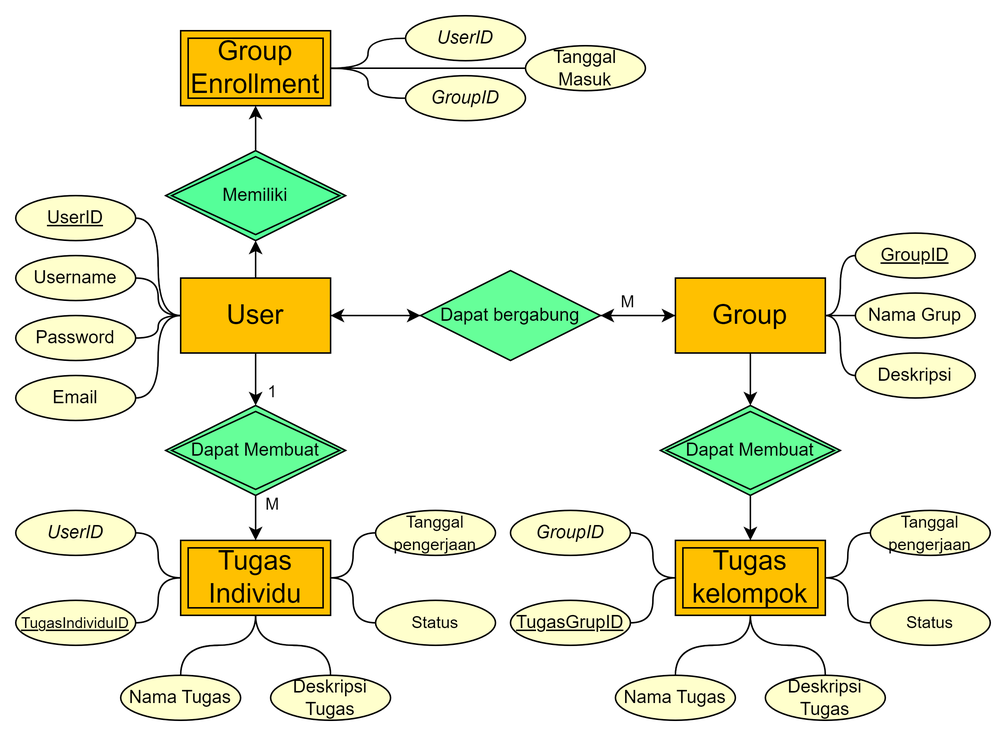
Earlier version of the draw.io export assets/ER_Diagram.png (rayhan-akbar/TaskMaster). Source tidied: cells renumbered, new cells last; positions are measured from the earlier drawing's top-left corner, leaving out a move shared by most shapes.
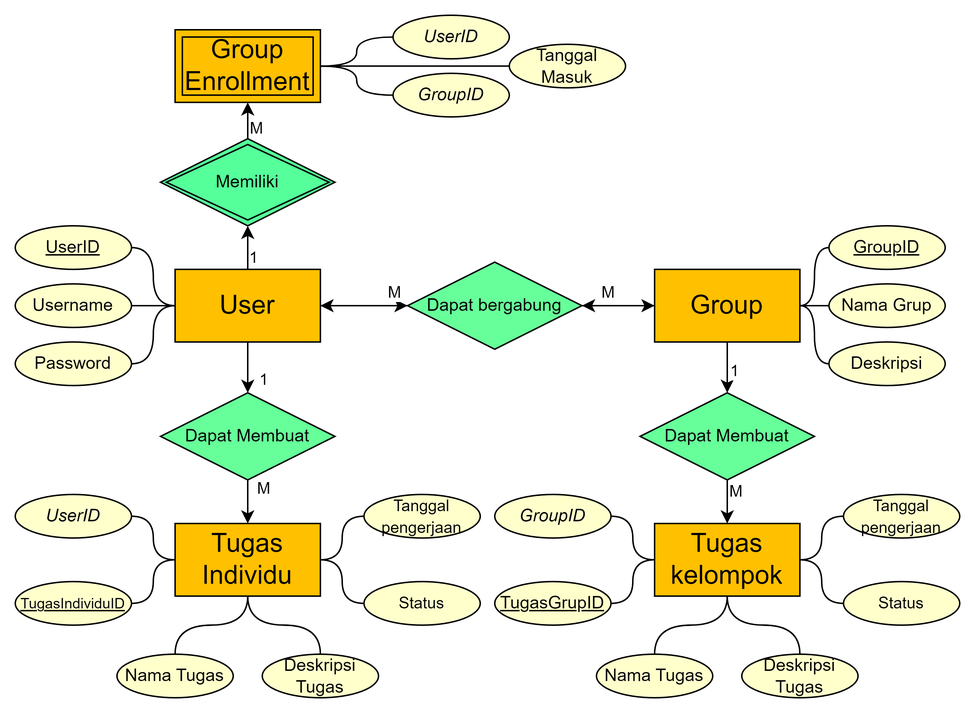
Above is the later version.

What changed in the source:
```diff
@@ -13,6 +13,11 @@
     <mxCell id="4" style="edgeStyle=orthogonalEdgeStyle;rounded=0;jettySize=auto;html=1;entryX=0.5;entryY=1;entryDx=0;entryDy=0;" parent="1" edge="1" source="6" target="18">
       <mxGeometry relative="1" as="geometry" />
     </mxCell>
+    <mxCell id="68" value="1" style="edgeLabel;html=1;align=center;verticalAlign=middle;" parent="4" vertex="1">
+      <mxGeometry x="-0.77" y="1" relative="1" as="geometry">
+        <mxPoint x="4" y="-3" as="offset" />
+      </mxGeometry>
+    </mxCell>
     <mxCell id="5" style="edgeStyle=orthogonalEdgeStyle;rounded=0;jettySize=auto;html=1;entryX=0;entryY=0.5;entryDx=0;entryDy=0;" parent="1" edge="1" source="6" target="16">
       <mxGeometry relative="1" as="geometry" />
     </mxCell>
@@ -22,19 +27,24 @@
     <mxCell id="7" style="edgeStyle=orthogonalEdgeStyle;rounded=0;jettySize=auto;html=1;entryX=0.5;entryY=0;entryDx=0;entryDy=0;" parent="1" edge="1" source="9" target="23">
       <mxGeometry relative="1" as="geometry" />
     </mxCell>
+    <mxCell id="69" value="1" style="edgeLabel;html=1;align=center;verticalAlign=middle;" parent="7" vertex="1">
+      <mxGeometry x="0.47" relative="1" as="geometry">
+        <mxPoint x="4" y="-4" as="offset" />
+      </mxGeometry>
+    </mxCell>
     <mxCell id="8" style="edgeStyle=orthogonalEdgeStyle;rounded=0;jettySize=auto;html=1;entryX=1;entryY=0.5;entryDx=0;entryDy=0;" parent="1" edge="1" source="9" target="16">
       <mxGeometry relative="1" as="geometry" />
     </mxCell>
     <mxCell id="9" value="&lt;font style=&quot;font-size: 18px;&quot;&gt;Group&lt;/font&gt;" style="rounded=0;whiteSpace=wrap;html=1;fillColor=#FFc000;" parent="1" vertex="1">
       <mxGeometry x="440" y="175" width="100" height="50" as="geometry" />
     </mxCell>
-    <mxCell id="10" value="&lt;span style=&quot;font-size: 18px;&quot;&gt;Group Enrollment&lt;/span&gt;" style="shape=ext;margin=3;double=1;whiteSpace=wrap;html=1;align=center;fillColor=#FFc000;" parent="1" vertex="1">
+    <mxCell id="10" value="&lt;span style=&quot;font-size: 18px;&quot;&gt;Group Enrollment&lt;/span&gt;" style="shape=ext;margin=3;double=1;whiteSpace=wrap;html=1;align=center;fillColor=#FFC000;" parent="1" vertex="1">
       <mxGeometry x="110" y="10" width="100" height="50" as="geometry" />
     </mxCell>
-    <mxCell id="11" value="&lt;span style=&quot;font-size: 18px;&quot;&gt;Tugas Individu&lt;/span&gt;" style="shape=ext;margin=3;double=1;whiteSpace=wrap;html=1;align=center;fillColor=#FFc000;" parent="1" vertex="1">
+    <mxCell id="11" value="&lt;span style=&quot;font-size: 18px;&quot;&gt;Tugas Individu&lt;/span&gt;" style="shape=ext;margin=3;whiteSpace=wrap;html=1;align=center;fillColor=#FFc000;" parent="1" vertex="1">
       <mxGeometry x="110" y="350" width="100" height="50" as="geometry" />
     </mxCell>
-    <mxCell id="12" value="&lt;span style=&quot;font-size: 18px;&quot;&gt;Tugas kelompok&lt;/span&gt;" style="shape=ext;margin=3;double=1;whiteSpace=wrap;html=1;align=center;fillColor=#FFc000;" parent="1" vertex="1">
+    <mxCell id="12" value="&lt;span style=&quot;font-size: 18px;&quot;&gt;Tugas kelompok&lt;/span&gt;" style="shape=ext;margin=3&#10;;whiteSpace=wrap;html=1;align=center;fillColor=#FFc000;" parent="1" vertex="1">
       <mxGeometry x="440" y="350" width="100" height="50" as="geometry" />
     </mxCell>
     <mxCell id="13" style="edgeStyle=orthogonalEdgeStyle;rounded=0;jettySize=auto;html=1;entryX=0;entryY=0.5;entryDx=0;entryDy=0;" parent="1" edge="1" source="16" target="9">
@@ -48,14 +58,24 @@
     <mxCell id="15" style="edgeStyle=orthogonalEdgeStyle;rounded=0;jettySize=auto;html=1;entryX=1;entryY=0.5;entryDx=0;entryDy=0;" parent="1" edge="1" source="16" target="6">
       <mxGeometry relative="1" as="geometry" />
     </mxCell>
+    <mxCell id="70" value="M" style="edgeLabel;html=1;align=center;verticalAlign=middle;" parent="15" vertex="1">
+      <mxGeometry x="-0.32" relative="1" as="geometry">
+        <mxPoint x="10" y="-10" as="offset" />
+      </mxGeometry>
+    </mxCell>
     <mxCell id="16" value="Dapat bergabung" style="shape=rhombus;perimeter=rhombusPerimeter;whiteSpace=wrap;html=1;align=center;fillColor=#66FF99;" parent="1" vertex="1">
       <mxGeometry x="270" y="170" width="120" height="60" as="geometry" />
     </mxCell>
     <mxCell id="17" style="edgeStyle=orthogonalEdgeStyle;rounded=0;jettySize=auto;html=1;entryX=0.5;entryY=1;entryDx=0;entryDy=0;" parent="1" edge="1" source="18" target="10">
       <mxGeometry relative="1" as="geometry" />
     </mxCell>
+    <mxCell id="71" value="M" style="edgeLabel;html=1;align=center;verticalAlign=middle;" parent="17" vertex="1">
+      <mxGeometry x="-0.69" relative="1" as="geometry">
+        <mxPoint x="5" as="offset" />
+      </mxGeometry>
+    </mxCell>
     <mxCell id="18" value="Memiliki" style="shape=rhombus;double=1;perimeter=rhombusPerimeter;whiteSpace=wrap;html=1;align=center;fillColor=#55ff99;" parent="1" vertex="1">
-      <mxGeometry x="100" y="90" width="120" height="60" as="geometry" />
+      <mxGeometry x="100" y="85" width="120" height="60" as="geometry" />
     </mxCell>
     <mxCell id="19" style="edgeStyle=orthogonalEdgeStyle;rounded=0;jettySize=auto;html=1;entryX=0.5;entryY=0;entryDx=0;entryDy=0;" parent="1" edge="1" source="21" target="11">
       <mxGeometry relative="1" as="geometry" />
@@ -65,21 +85,23 @@
         <mxPoint x="11" as="offset" />
       </mxGeometry>
     </mxCell>
-    <mxCell id="21" value="Dapat Membuat" style="shape=rhombus;double=1;perimeter=rhombusPerimeter;whiteSpace=wrap;html=1;align=center;fillColor=#66ff99;" parent="1" vertex="1">
+    <mxCell id="21" value="Dapat Membuat" style="shape=rhombus;perimeter=rhombusPerimeter;whiteSpace=wrap;html=1;align=center;fillColor=#66ff99;" parent="1" vertex="1">
       <mxGeometry x="100" y="260" width="120" height="60" as="geometry" />
     </mxCell>
     <mxCell id="22" style="edgeStyle=orthogonalEdgeStyle;rounded=0;jettySize=auto;html=1;entryX=0.5;entryY=0;entryDx=0;entryDy=0;" parent="1" edge="1" source="23" target="12">
       <mxGeometry relative="1" as="geometry" />
     </mxCell>
+    <mxCell id="72" value="M" style="edgeLabel;html=1;align=center;verticalAlign=middle;" parent="22" vertex="1">
+      <mxGeometry x="-0.72" relative="1" as="geometry">
+        <mxPoint x="5" as="offset" />
+      </mxGeometry>
+    </mxCell>
-    <mxCell id="23" value="Dapat Membuat" style="shape=rhombus;double=1;perimeter=rhombusPerimeter;whiteSpace=wrap;html=1;align=center;fillColor=#66ff99;" parent="1" vertex="1">
+    <mxCell id="23" value="Dapat Membuat" style="shape=rhombus;perimeter=rhombusPerimeter;whiteSpace=wrap;html=1;align=center;fillColor=#66ff99;" parent="1" vertex="1">
       <mxGeometry x="430" y="260" width="120" height="60" as="geometry" />
     </mxCell>
     <mxCell id="24" value="Username" style="ellipse;whiteSpace=wrap;html=1;align=center;fillColor=#FFFFCC;" parent="1" vertex="1">
-      <mxGeometry y="160" width="80" height="30" as="geometry" />
+      <mxGeometry y="185" width="80" height="30" as="geometry" />
     </mxCell>
-    <mxCell id="25" value="Email" style="ellipse;whiteSpace=wrap;html=1;align=center;fillColor=#FFFFCC;" parent="1" vertex="1">
-      <mxGeometry y="240" width="80" height="30" as="geometry" />
-    </mxCell>
     <mxCell id="26" value="&lt;i&gt;UserID&lt;/i&gt;" style="ellipse;whiteSpace=wrap;html=1;align=center;fillColor=#FFFFcc;" parent="1" vertex="1">
       <mxGeometry x="260" width="80" height="30" as="geometry" />
     </mxCell>
@@ -93,7 +115,7 @@
       <mxGeometry y="330" width="80" height="30" as="geometry" />
     </mxCell>
     <mxCell id="30" value="UserID" style="ellipse;whiteSpace=wrap;html=1;align=center;fontStyle=4;fillColor=#FFFFCC;" parent="1" vertex="1">
-      <mxGeometry y="120" width="80" height="30" as="geometry" />
+      <mxGeometry y="145" width="80" height="30" as="geometry" />
     </mxCell>
     <mxCell id="31" value="&lt;font style=&quot;font-size: 10px;&quot;&gt;TugasIndividuID&lt;/font&gt;" style="ellipse;whiteSpace=wrap;html=1;align=center;fontStyle=4;fillColor=#FFFFCC;" parent="1" vertex="1">
       <mxGeometry y="390" width="80" height="30" as="geometry" />
@@ -186,14 +208,11 @@
       <mxGeometry relative="1" as="geometry" />
     </mxCell>
     <mxCell id="61" value="Password" style="ellipse;whiteSpace=wrap;html=1;align=center;fillColor=#FFFFCC;" parent="1" vertex="1">
-      <mxGeometry y="200" width="80" height="30" as="geometry" />
+      <mxGeometry y="225" width="80" height="30" as="geometry" />
     </mxCell>
     <mxCell id="62" style="endArrow=none;html=1;rounded=0;exitX=1;exitY=0.5;exitDx=0;exitDy=0;entryX=0;entryY=0.5;entryDx=0;entryDy=0;edgeStyle=orthogonalEdgeStyle;curved=1;" parent="1" edge="1" source="61" target="6">
       <mxGeometry relative="1" as="geometry" />
     </mxCell>
-    <mxCell id="63" style="endArrow=none;html=1;rounded=0;exitX=1;exitY=0.5;exitDx=0;exitDy=0;entryX=0;entryY=0.5;entryDx=0;entryDy=0;edgeStyle=orthogonalEdgeStyle;curved=1;" parent="1" edge="1" source="25" target="6">
-      <mxGeometry relative="1" as="geometry" />
-    </mxCell>
     <mxCell id="64" style="endArrow=none;html=1;rounded=0;exitX=1;exitY=0.5;exitDx=0;exitDy=0;entryX=0;entryY=0.5;entryDx=0;entryDy=0;edgeStyle=orthogonalEdgeStyle;curved=1;" parent="1" edge="1" source="30" target="6">
       <mxGeometry relative="1" as="geometry" />
     </mxCell>
```
